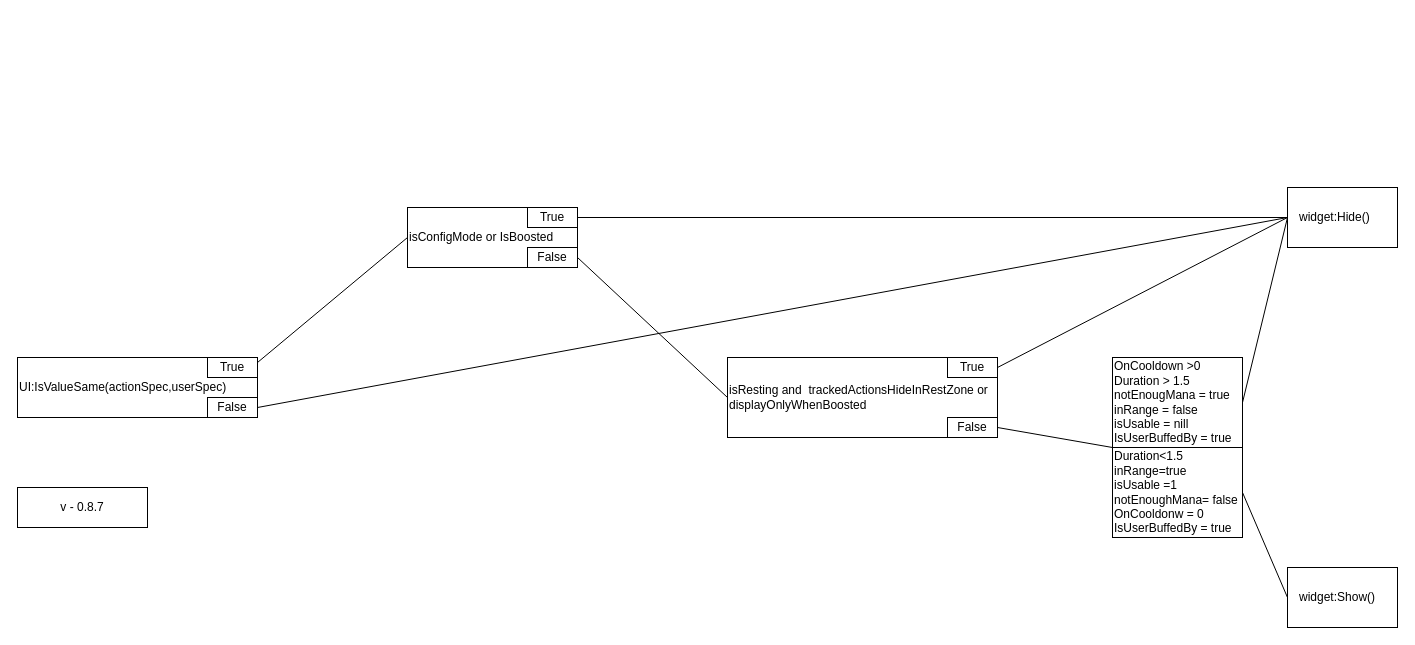
Before: Diagrams/SmartBars_displayLogic.drawio in Beginnerstudios/Smartbars, a draw.io diagram. Source tidied: cells renumbered, new cells numbered last; positions are measured from the earlier drawing's top-left corner, leaving out a move shared by most shapes. Both pictures are drawn from the tidied source at 100%, with x=0, y=0 at pixel (17, 187).
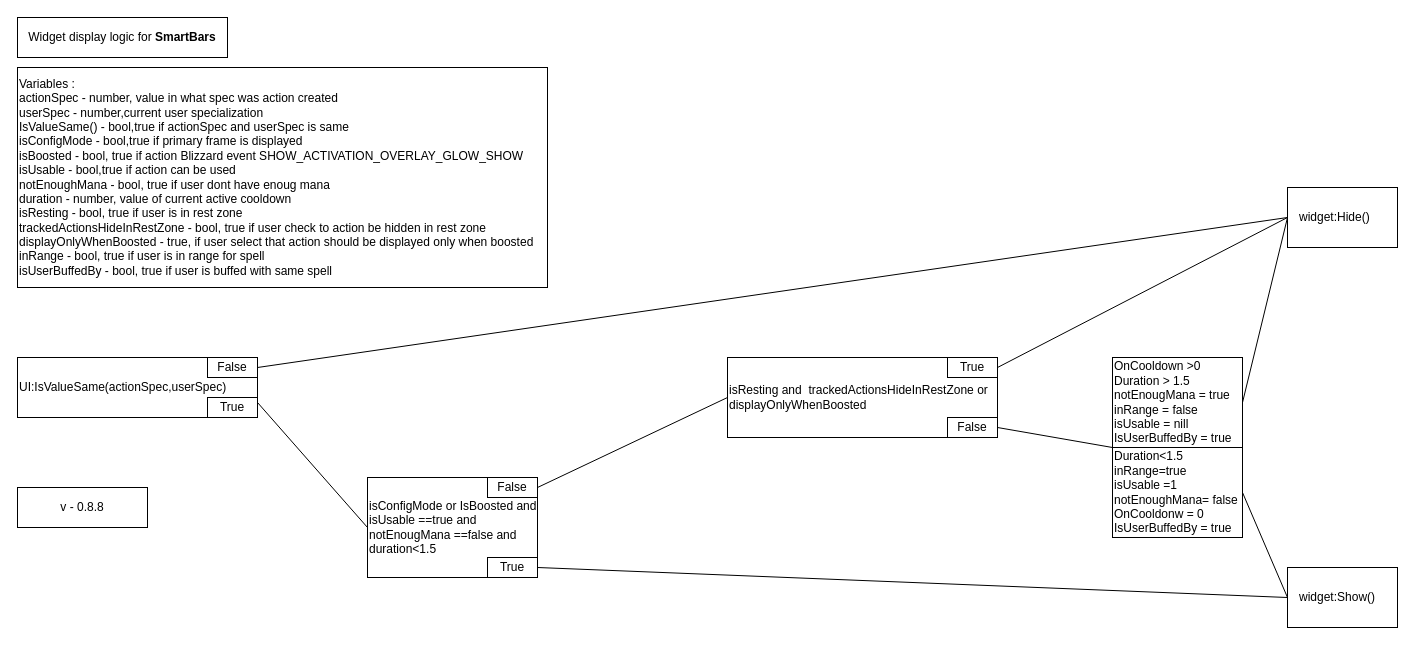
After the change.

Unchanged cells that the change refers to:
```xml
<mxCell id="16" value="&amp;nbsp; &amp;nbsp;widget:Hide()" style="rounded=0;whiteSpace=wrap;html=1;align=left;" parent="1" vertex="1">
  <mxGeometry x="1270" width="110" height="60" as="geometry" />
</mxCell>
```

Diff of the diagram source:
```diff
@@
     <mxCell id="3" value="True" style="rounded=0;whiteSpace=wrap;html=1;" parent="1" vertex="1">
-      <mxGeometry x="190" y="170" width="50" height="20" as="geometry" />
+      <mxGeometry x="190" y="210" width="50" height="20" as="geometry" />
     </mxCell>
     <mxCell id="4" value="False" style="rounded=0;whiteSpace=wrap;html=1;" parent="1" vertex="1">
-      <mxGeometry x="190" y="210" width="50" height="20" as="geometry" />
+      <mxGeometry x="190" y="170" width="50" height="20" as="geometry" />
     </mxCell>
-    <mxCell id="5" value="isConfigMode or IsBoosted" style="rounded=0;whiteSpace=wrap;html=1;align=left;" parent="1" vertex="1">
-      <mxGeometry x="390" y="20" width="170" height="60" as="geometry" />
+    <mxCell id="5" value="isConfigMode or IsBoosted and isUsable ==true and notEnougMana ==false and duration&amp;lt;1.5" style="rounded=0;whiteSpace=wrap;html=1;align=left;" parent="1" vertex="1">
+      <mxGeometry x="350" y="290" width="170" height="100" as="geometry" />
     </mxCell>
     <mxCell id="6" value="True" style="rounded=0;whiteSpace=wrap;html=1;" parent="1" vertex="1">
-      <mxGeometry x="510" y="20" width="50" height="20" as="geometry" />
+      <mxGeometry x="470" y="370" width="50" height="20" as="geometry" />
     </mxCell>
     <mxCell id="7" value="False" style="rounded=0;whiteSpace=wrap;html=1;" parent="1" vertex="1">
-      <mxGeometry x="510" y="60" width="50" height="20" as="geometry" />
+      <mxGeometry x="470" y="290" width="50" height="20" as="geometry" />
     </mxCell>
@@
-    <mxCell id="13" style="endArrow=none;html=1;exitX=1;exitY=0.5;exitDx=0;exitDy=0;entryX=0;entryY=0.5;entryDx=0;entryDy=0;" parent="1" edge="1" source="6" target="16">
-      <mxGeometry relative="1" as="geometry" />
-    </mxCell>
@@
-    <mxCell id="23" value="&lt;div&gt;v - 0.8.7&lt;/div&gt;" style="rounded=0;whiteSpace=wrap;html=1;" parent="1" vertex="1">
+    <mxCell id="23" value="&lt;div&gt;v - 0.8.8&lt;/div&gt;" style="rounded=0;whiteSpace=wrap;html=1;" parent="1" vertex="1">
       <mxGeometry y="300" width="130" height="40" as="geometry" />
     </mxCell>
+    <mxCell id="24" style="endArrow=none;html=1;exitX=1;exitY=0.5;exitDx=0;exitDy=0;" parent="1" edge="1" source="6">
+      <mxGeometry relative="1" as="geometry">
+        <mxPoint x="1270" y="410" as="targetPoint" />
+      </mxGeometry>
+    </mxCell>
+    <mxCell id="25" value="&lt;div&gt;Widget display logic for &lt;b&gt;SmartBars&lt;/b&gt;&lt;/div&gt;" style="rounded=0;whiteSpace=wrap;html=1;" parent="1" vertex="1">
+      <mxGeometry y="-170" width="210" height="40" as="geometry" />
+    </mxCell>
+    <mxCell id="26" value="Variables :&lt;br&gt;actionSpec - number, value in what spec was action created&lt;br&gt;userSpec - number,current user specialization&lt;br&gt;IsValueSame() - bool,true if actionSpec and userSpec is same&lt;br&gt;isConfigMode - bool,true if primary frame is displayed&lt;br&gt;isBoosted - bool, true if action Blizzard event SHOW_ACTIVATION_OVERLAY_GLOW_SHOW&lt;br&gt;isUsable - bool,true if action can be used&lt;br&gt;notEnoughMana - bool, true if user dont have enoug mana&lt;br&gt;duration - number, value of current active cooldown&lt;br&gt;isResting - bool, true if user is in rest zone&lt;br&gt;trackedActionsHideInRestZone - bool, true if user check to action be hidden in rest zone&lt;br&gt;displayOnlyWhenBoosted - true, if user select that action should be displayed only when boosted&lt;br&gt;inRange - bool, true if user is in range for spell&lt;br&gt;isUserBuffedBy - bool, true if user is buffed with same spell" style="rounded=0;whiteSpace=wrap;html=1;align=left;" parent="1" vertex="1">
+      <mxGeometry y="-120" width="530" height="220" as="geometry" />
+    </mxCell>
```
